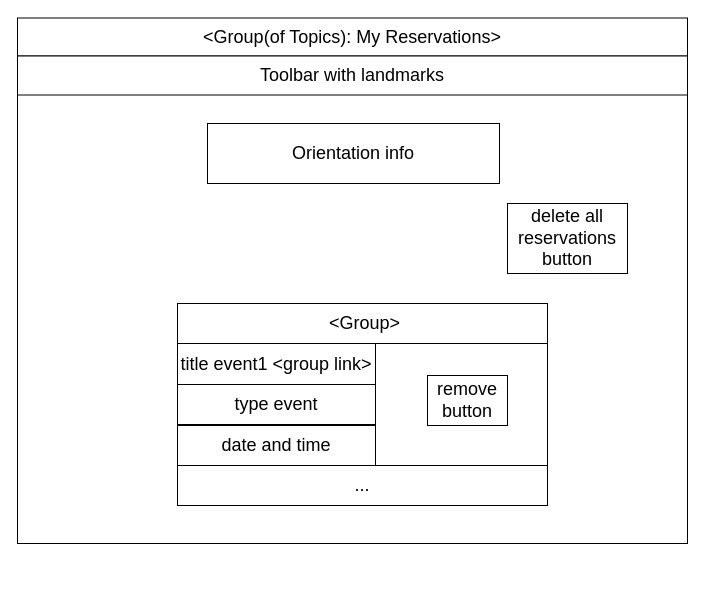
Earlier version of the draw.io diagram other/documentation/frontend/DRAW IO desing/myReservations start.drawio (LeonardoPanizzo/hypermedia2019). Source tidied: cells renumbered, new cells numbered last; positions are measured from the earlier drawing's top-left corner, leaving out a move shared by most shapes. Both pictures are drawn from the tidied source at 100%, with x=0, y=0 at pixel (17, 17).
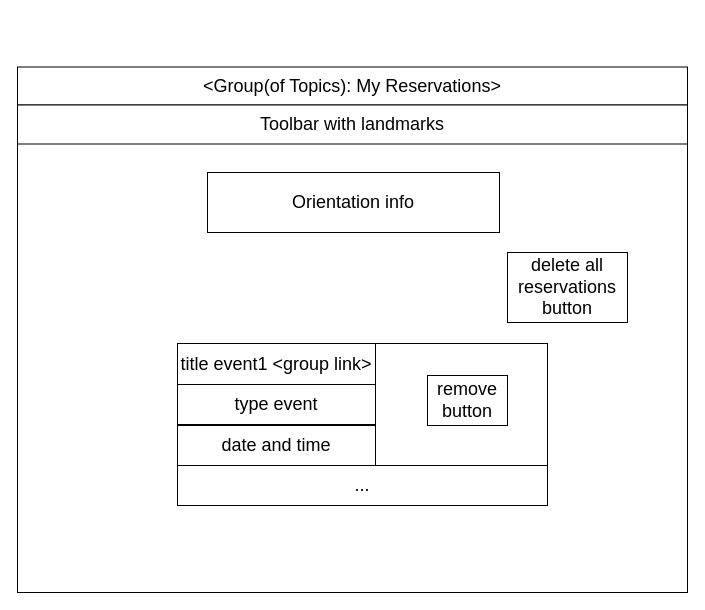
After the change.

The edit, as a diff of the source:
```diff
@@
 <mxGraphModel>
   <root>
     <mxCell id="0" />
     <mxCell id="1" parent="0" />
     <mxCell id="2" style="rounded=0;whiteSpace=wrap;html=1;" parent="1" vertex="1">
-      <mxGeometry y="1" width="670" height="525" as="geometry" />
+      <mxGeometry y="50" width="670" height="525" as="geometry" />
     </mxCell>
     <mxCell id="3" style="rounded=0;whiteSpace=wrap;html=1;" parent="1" vertex="1">
       <mxGeometry x="350" y="326" width="180" height="130" as="geometry" />
     </mxCell>
     <mxCell id="4" value="&lt;div style=&quot;text-align: left ; font-size: 18px&quot;&gt;&lt;/div&gt;&lt;span style=&quot;text-align: left&quot;&gt;&amp;lt;Group(of Topics)&lt;/span&gt;&lt;span style=&quot;text-align: left&quot;&gt;: My Reservations&amp;gt;&lt;/span&gt;&lt;span style=&quot;text-align: left&quot;&gt;&lt;br&gt;&lt;/span&gt;" style="rounded=0;whiteSpace=wrap;html=1;fontSize=18;" parent="1" vertex="1">
-      <mxGeometry y="0.5" width="670" height="38" as="geometry" />
+      <mxGeometry y="49.5" width="670" height="38" as="geometry" />
     </mxCell>
     <mxCell id="5" value="Toolbar with landmarks" style="rounded=0;whiteSpace=wrap;html=1;fontSize=18;" parent="1" vertex="1">
-      <mxGeometry y="38.5" width="670" height="39" as="geometry" />
+      <mxGeometry y="87.5" width="670" height="39" as="geometry" />
     </mxCell>
-    <mxCell id="6" value="&amp;nbsp;&amp;lt;Group&amp;gt;" style="rounded=0;whiteSpace=wrap;html=1;fontSize=18;" parent="1" vertex="1">
-      <mxGeometry x="160" y="286" width="370" height="40" as="geometry" />
-    </mxCell>
     <mxCell id="7" value="..." style="rounded=0;whiteSpace=wrap;html=1;fontSize=18;" parent="1" vertex="1">
       <mxGeometry x="160" y="448" width="370" height="40" as="geometry" />
     </mxCell>
     <mxCell id="8" value="title event1 &amp;lt;group link&amp;gt;" style="rounded=0;whiteSpace=wrap;html=1;fontSize=18;" parent="1" vertex="1">
       <mxGeometry x="160" y="326" width="198" height="42" as="geometry" />
     </mxCell>
     <mxCell id="9" value="delete all reservations&lt;br&gt;button" style="rounded=0;whiteSpace=wrap;html=1;fontSize=18;" parent="1" vertex="1">
-      <mxGeometry x="490" y="186" width="120" height="70" as="geometry" />
+      <mxGeometry x="490" y="235" width="120" height="70" as="geometry" />
     </mxCell>
     <mxCell id="10" value="type event" style="rounded=0;whiteSpace=wrap;html=1;fontSize=18;" parent="1" vertex="1">
       <mxGeometry x="160" y="367" width="198" height="40" as="geometry" />
     </mxCell>
     <mxCell id="11" value="date and time" style="rounded=0;whiteSpace=wrap;html=1;fontSize=18;" parent="1" vertex="1">
       <mxGeometry x="160" y="408" width="198" height="40" as="geometry" />
     </mxCell>
     <mxCell id="12" value="remove&lt;br&gt;button" style="rounded=0;whiteSpace=wrap;html=1;fontSize=18;" parent="1" vertex="1">
       <mxGeometry x="410" y="358" width="80" height="50" as="geometry" />
     </mxCell>
     <mxCell id="13" value="&lt;span style=&quot;font-size: 18px&quot;&gt;Orientation info&lt;/span&gt;" style="rounded=0;whiteSpace=wrap;html=1;" parent="1" vertex="1">
-      <mxGeometry x="190" y="106" width="292" height="60" as="geometry" />
+      <mxGeometry x="190" y="155" width="292" height="60" as="geometry" />
     </mxCell>
   </root>
 </mxGraphModel>
```
